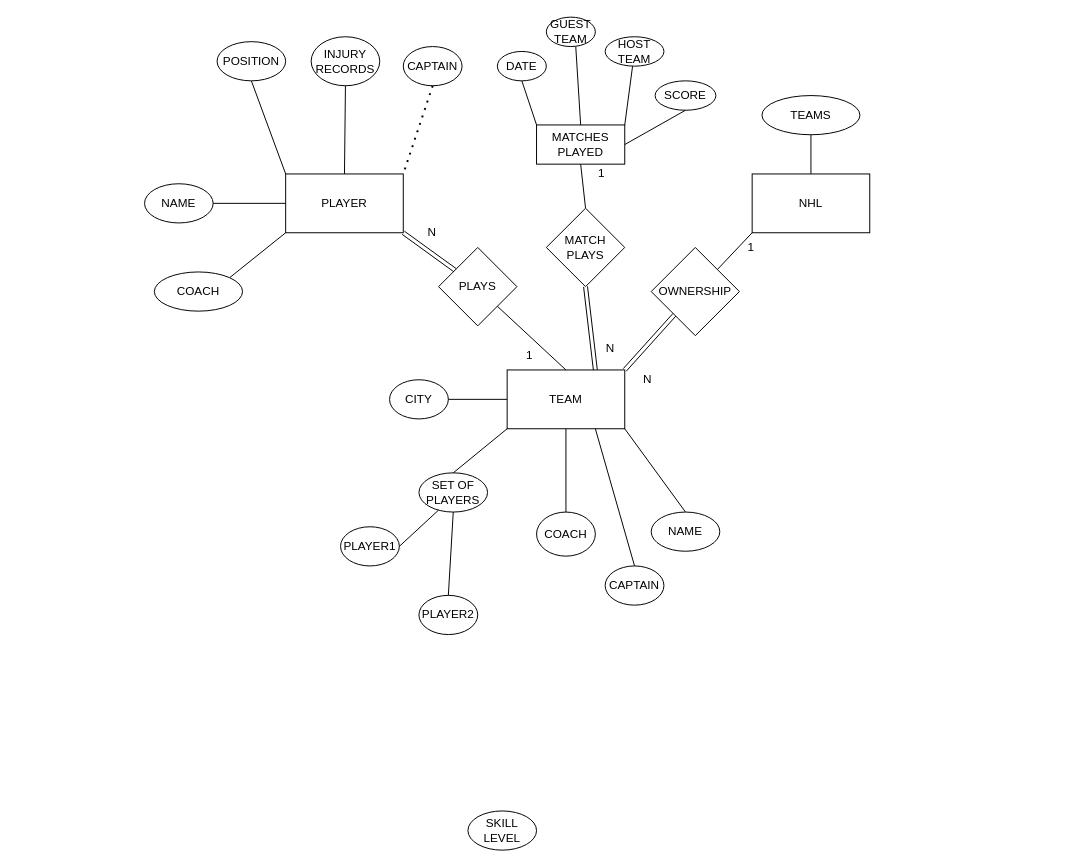
Before: Untitled Diagram.drawio in aybatu/webdev_lab, a draw.io diagram. Source tidied: cells renumbered, new cells numbered last; positions are measured from the earlier drawing's top-left corner, leaving out a move shared by most shapes. Both pictures are drawn from the tidied source at 98%, with x=0, y=0 at pixel (144, 17).
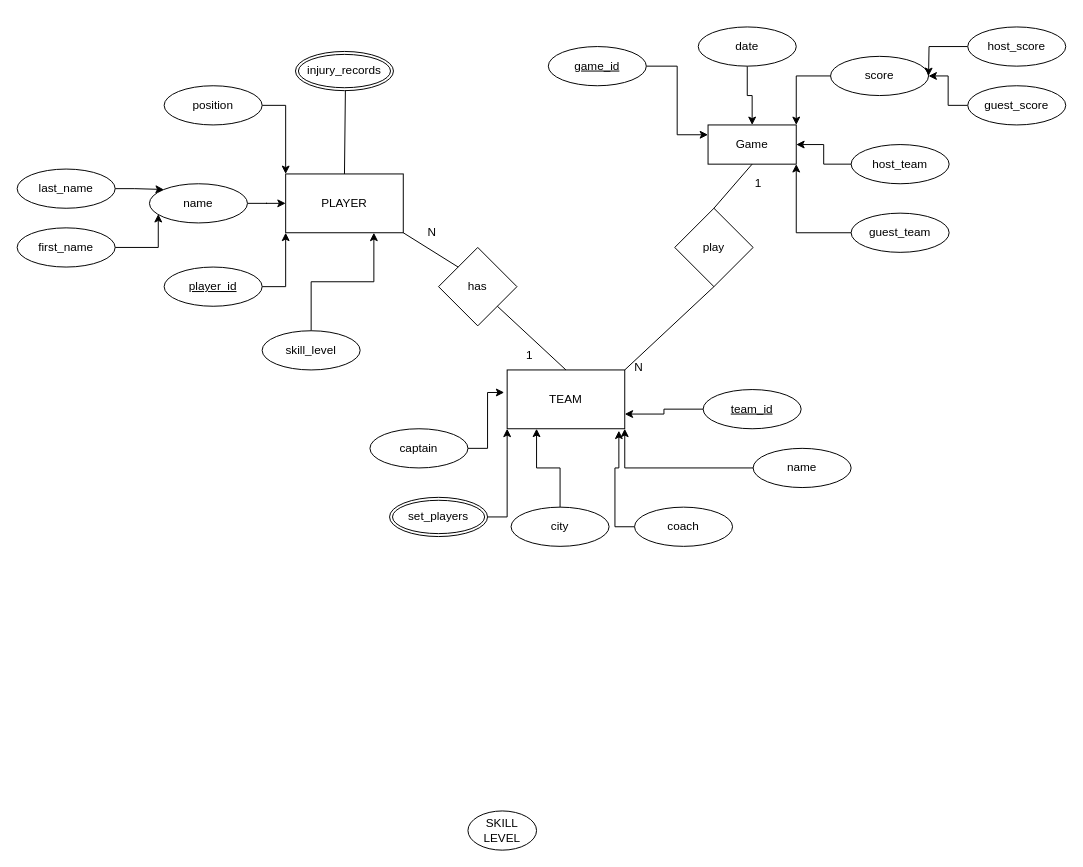
The same page after the edit.

The change refers to these unchanged cells:
```xml
<mxCell id="6" value="TEAM" style="rounded=0;whiteSpace=wrap;html=1;" parent="1" vertex="1">
  <mxGeometry x="370" y="360" width="120" height="60" as="geometry" />
</mxCell>
<mxCell id="11" value="PLAYER" style="rounded=0;whiteSpace=wrap;html=1;" parent="1" vertex="1">
  <mxGeometry x="144" y="160" width="120" height="60" as="geometry" />
</mxCell>
```

The edit, as a diff of the source:
```diff
@@
-    <mxCell id="2" value="&lt;span style=&quot;font-weight: normal;&quot;&gt;CAPTAIN&lt;/span&gt;" style="ellipse;whiteSpace=wrap;html=1;fontStyle=1;" parent="1" vertex="1">
-      <mxGeometry x="470" y="560" width="60" height="40" as="geometry" />
-    </mxCell>
-    <mxCell id="3" value="COACH" style="ellipse;whiteSpace=wrap;html=1;" parent="1" vertex="1">
-      <mxGeometry x="400" y="505" width="60" height="45" as="geometry" />
-    </mxCell>
-    <mxCell id="4" value="NAME" style="ellipse;whiteSpace=wrap;html=1;" parent="1" vertex="1">
-      <mxGeometry x="517" y="505" width="70" height="40" as="geometry" />
-    </mxCell>
-    <mxCell id="5" value="CITY" style="ellipse;whiteSpace=wrap;html=1;" parent="1" vertex="1">
-      <mxGeometry x="250" y="370" width="60" height="40" as="geometry" />
-    </mxCell>
@@
-    <mxCell id="7" style="endArrow=none;html=1;rounded=0;entryX=1;entryY=0.5;entryDx=0;entryDy=0;exitX=0;exitY=0.5;exitDx=0;exitDy=0;" parent="1" edge="1" source="6" target="5">
-      <mxGeometry relative="1" as="geometry" />
-    </mxCell>
-    <mxCell id="8" style="endArrow=none;html=1;rounded=0;entryX=0.5;entryY=1;entryDx=0;entryDy=0;" parent="1" edge="1" source="3" target="6">
-      <mxGeometry relative="1" as="geometry" />
-    </mxCell>
-    <mxCell id="9" style="endArrow=none;html=1;rounded=0;exitX=0.5;exitY=0;exitDx=0;exitDy=0;entryX=0.75;entryY=1;entryDx=0;entryDy=0;" parent="1" edge="1" source="2" target="6">
-      <mxGeometry relative="1" as="geometry" />
-    </mxCell>
-    <mxCell id="10" style="endArrow=none;html=1;rounded=0;entryX=0.5;entryY=0;entryDx=0;entryDy=0;exitX=1;exitY=1;exitDx=0;exitDy=0;" parent="1" edge="1" source="6" target="4">
-      <mxGeometry relative="1" as="geometry" />
-    </mxCell>
@@
-    <mxCell id="12" value="INJURY RECORDS" style="ellipse;whiteSpace=wrap;html=1;" parent="1" vertex="1">
-      <mxGeometry x="170" y="20" width="70" height="50" as="geometry" />
-    </mxCell>
@@
-    <mxCell id="14" value="POSITION" style="ellipse;whiteSpace=wrap;html=1;" parent="1" vertex="1">
-      <mxGeometry x="74" y="25" width="70" height="40" as="geometry" />
-    </mxCell>
-    <mxCell id="15" value="NAME" style="ellipse;whiteSpace=wrap;html=1;" parent="1" vertex="1">
-      <mxGeometry y="170" width="70" height="40" as="geometry" />
-    </mxCell>
-    <mxCell id="16" style="endArrow=none;html=1;rounded=0;exitX=0;exitY=1;exitDx=0;exitDy=0;entryX=1;entryY=0;entryDx=0;entryDy=0;" parent="1" edge="1" source="11" target="31">
-      <mxGeometry relative="1" as="geometry" />
-    </mxCell>
-    <mxCell id="17" style="endArrow=none;html=1;rounded=0;entryX=0;entryY=0;entryDx=0;entryDy=0;exitX=0.5;exitY=1;exitDx=0;exitDy=0;" parent="1" edge="1" source="14" target="11">
-      <mxGeometry relative="1" as="geometry" />
-    </mxCell>
-    <mxCell id="18" style="endArrow=none;html=1;rounded=0;exitX=0;exitY=0.5;exitDx=0;exitDy=0;entryX=1;entryY=0.5;entryDx=0;entryDy=0;" parent="1" edge="1" source="11" target="15">
-      <mxGeometry relative="1" as="geometry" />
-    </mxCell>
-    <mxCell id="19" value="CAPTAIN" style="ellipse;whiteSpace=wrap;html=1;" parent="1" vertex="1">
-      <mxGeometry x="264" y="30" width="60" height="40" as="geometry" />
-    </mxCell>
-    <mxCell id="20" style="endArrow=none;dashed=1;html=1;dashPattern=1 3;strokeWidth=2;rounded=0;exitX=0.5;exitY=1;exitDx=0;exitDy=0;entryX=1;entryY=0;entryDx=0;entryDy=0;" parent="1" edge="1" source="19" target="11">
-      <mxGeometry relative="1" as="geometry" />
-    </mxCell>
-    <mxCell id="21" value="SET OF PLAYERS" style="ellipse;whiteSpace=wrap;html=1;" parent="1" vertex="1">
-      <mxGeometry x="280" y="465" width="70" height="40" as="geometry" />
-    </mxCell>
-    <mxCell id="22" style="endArrow=none;html=1;rounded=0;exitX=0.5;exitY=0;exitDx=0;exitDy=0;entryX=0;entryY=1;entryDx=0;entryDy=0;" parent="1" edge="1" source="21" target="6">
-      <mxGeometry relative="1" as="geometry" />
-    </mxCell>
-    <mxCell id="23" value="PLAYER2" style="ellipse;whiteSpace=wrap;html=1;" parent="1" vertex="1">
-      <mxGeometry x="280" y="590" width="60" height="40" as="geometry" />
-    </mxCell>
-    <mxCell id="24" value="PLAYER1" style="ellipse;whiteSpace=wrap;html=1;" parent="1" vertex="1">
-      <mxGeometry x="200" y="520" width="60" height="40" as="geometry" />
-    </mxCell>
-    <mxCell id="25" style="endArrow=none;html=1;rounded=0;exitX=1;exitY=0.5;exitDx=0;exitDy=0;entryX=0.286;entryY=0.95;entryDx=0;entryDy=0;entryPerimeter=0;" parent="1" edge="1" source="24" target="21">
-      <mxGeometry relative="1" as="geometry" />
-    </mxCell>
-    <mxCell id="26" style="endArrow=none;html=1;rounded=0;entryX=0.5;entryY=1;entryDx=0;entryDy=0;exitX=0.5;exitY=0;exitDx=0;exitDy=0;" parent="1" edge="1" source="23" target="21">
-      <mxGeometry relative="1" as="geometry" />
-    </mxCell>
-    <mxCell id="27" value="NHL" style="rounded=0;whiteSpace=wrap;html=1;" parent="1" vertex="1">
-      <mxGeometry x="620" y="160" width="120" height="60" as="geometry" />
-    </mxCell>
-    <mxCell id="28" value="TEAMS" style="ellipse;whiteSpace=wrap;html=1;" parent="1" vertex="1">
-      <mxGeometry x="630" y="80" width="100" height="40" as="geometry" />
-    </mxCell>
-    <mxCell id="29" style="endArrow=none;html=1;rounded=0;entryX=0.5;entryY=1;entryDx=0;entryDy=0;exitX=0.5;exitY=0;exitDx=0;exitDy=0;" parent="1" edge="1" source="27" target="28">
-      <mxGeometry relative="1" as="geometry" />
-    </mxCell>
-    <mxCell id="30" style="endArrow=none;html=1;rounded=0;entryX=0.5;entryY=0;entryDx=0;entryDy=0;exitX=0.5;exitY=1;exitDx=0;exitDy=0;" parent="1" edge="1" source="12" target="11">
-      <mxGeometry relative="1" as="geometry" />
+    <mxCell id="30" style="endArrow=none;html=1;rounded=0;entryX=0.5;entryY=0;entryDx=0;entryDy=0;exitX=0.5;exitY=1;exitDx=0;exitDy=0;" parent="1" edge="1" target="11">
+      <mxGeometry relative="1" as="geometry">
+        <mxPoint x="205" y="70" as="sourcePoint" />
+      </mxGeometry>
     </mxCell>
-    <mxCell id="31" value="COACH" style="ellipse;whiteSpace=wrap;html=1;" parent="1" vertex="1">
-      <mxGeometry x="10" y="260" width="90" height="40" as="geometry" />
-    </mxCell>
-    <mxCell id="32" value="OWNERSHIP" style="rhombus;whiteSpace=wrap;html=1;" parent="1" vertex="1">
-      <mxGeometry x="517" y="235" width="90" height="90" as="geometry" />
-    </mxCell>
-    <mxCell id="33" style="endArrow=none;html=1;rounded=0;exitX=1;exitY=0;exitDx=0;exitDy=0;entryX=0;entryY=1;entryDx=0;entryDy=0;" parent="1" edge="1" source="32" target="27">
-      <mxGeometry relative="1" as="geometry" />
-    </mxCell>
-    <mxCell id="34" style="shape=link;html=1;rounded=0;exitX=1;exitY=0;exitDx=0;exitDy=0;" parent="1" edge="1" source="6" target="32">
-      <mxGeometry relative="1" as="geometry" />
-    </mxCell>
-    <mxCell id="35" value="1" style="text;html=1;strokeColor=none;fillColor=none;align=center;verticalAlign=middle;whiteSpace=wrap;rounded=0;" parent="1" vertex="1">
-      <mxGeometry x="600" y="220" width="38" height="30" as="geometry" />
-    </mxCell>
-    <mxCell id="36" value="N" style="text;html=1;strokeColor=none;fillColor=none;align=center;verticalAlign=middle;whiteSpace=wrap;rounded=0;" parent="1" vertex="1">
-      <mxGeometry x="497" y="360" width="33" height="20" as="geometry" />
-    </mxCell>
-    <mxCell id="37" value="PLAYS" style="rhombus;whiteSpace=wrap;html=1;" parent="1" vertex="1">
+    <mxCell id="37" value="has" style="rhombus;whiteSpace=wrap;html=1;" parent="1" vertex="1">
       <mxGeometry x="300" y="235" width="80" height="80" as="geometry" />
     </mxCell>
@@
-    <mxCell id="39" style="shape=link;html=1;rounded=0;exitX=1;exitY=1;exitDx=0;exitDy=0;" parent="1" edge="1" source="11" target="37">
-      <mxGeometry relative="1" as="geometry" />
-    </mxCell>
@@
-    <mxCell id="42" value="MATCHES PLAYED" style="rounded=0;whiteSpace=wrap;html=1;" parent="1" vertex="1">
-      <mxGeometry x="400" y="110" width="90" height="40" as="geometry" />
+    <mxCell id="42" value="Game" style="rounded=0;whiteSpace=wrap;html=1;" parent="1" vertex="1">
+      <mxGeometry x="575" y="110" width="90" height="40" as="geometry" />
     </mxCell>
-    <mxCell id="43" style="endArrow=none;html=1;rounded=0;entryX=0;entryY=0;entryDx=0;entryDy=0;exitX=0.5;exitY=1;exitDx=0;exitDy=0;" parent="1" edge="1" source="48" target="42">
-      <mxGeometry relative="1" as="geometry" />
-    </mxCell>
-    <mxCell id="44" style="endArrow=none;html=1;rounded=0;exitX=0.5;exitY=0;exitDx=0;exitDy=0;" parent="1" edge="1" source="42">
-      <mxGeometry relative="1" as="geometry">
-        <mxPoint x="440" y="30" as="targetPoint" />
-      </mxGeometry>
-    </mxCell>
-    <mxCell id="45" style="endArrow=none;html=1;rounded=0;exitX=1;exitY=0;exitDx=0;exitDy=0;" parent="1" edge="1" source="42" target="46">
-      <mxGeometry relative="1" as="geometry" />
-    </mxCell>
-    <mxCell id="46" value="HOST TEAM" style="ellipse;whiteSpace=wrap;html=1;" parent="1" vertex="1">
-      <mxGeometry x="470" y="20" width="60" height="30" as="geometry" />
-    </mxCell>
-    <mxCell id="47" value="GUEST TEAM" style="ellipse;whiteSpace=wrap;html=1;" parent="1" vertex="1">
-      <mxGeometry x="410" width="50" height="30" as="geometry" />
-    </mxCell>
-    <mxCell id="48" value="DATE" style="ellipse;whiteSpace=wrap;html=1;" parent="1" vertex="1">
-      <mxGeometry x="360" y="35" width="50" height="30" as="geometry" />
-    </mxCell>
-    <mxCell id="49" value="SCORE" style="ellipse;whiteSpace=wrap;html=1;" parent="1" vertex="1">
-      <mxGeometry x="521" y="65" width="62" height="30" as="geometry" />
-    </mxCell>
-    <mxCell id="50" style="endArrow=none;html=1;rounded=0;entryX=1;entryY=0.5;entryDx=0;entryDy=0;exitX=0.5;exitY=1;exitDx=0;exitDy=0;" parent="1" edge="1" source="49" target="42">
-      <mxGeometry relative="1" as="geometry" />
-    </mxCell>
-    <mxCell id="51" value="MATCH PLAYS" style="rhombus;whiteSpace=wrap;html=1;" parent="1" vertex="1">
-      <mxGeometry x="410" y="195" width="80" height="80" as="geometry" />
+    <mxCell id="51" value="play" style="rhombus;whiteSpace=wrap;html=1;" parent="1" vertex="1">
+      <mxGeometry x="541" y="195" width="80" height="80" as="geometry" />
     </mxCell>
@@
     <mxCell id="53" value="1" style="text;html=1;strokeColor=none;fillColor=none;align=center;verticalAlign=middle;whiteSpace=wrap;rounded=0;" parent="1" vertex="1">
-      <mxGeometry x="450" y="150" width="33" height="20" as="geometry" />
+      <mxGeometry x="610" y="160" width="33" height="20" as="geometry" />
     </mxCell>
-    <mxCell id="54" style="shape=link;html=1;rounded=0;exitX=0.5;exitY=1;exitDx=0;exitDy=0;entryX=0.75;entryY=0;entryDx=0;entryDy=0;" parent="1" edge="1" source="51" target="6">
-      <mxGeometry relative="1" as="geometry" />
-    </mxCell>
     <mxCell id="55" value="N" style="text;html=1;strokeColor=none;fillColor=none;align=center;verticalAlign=middle;whiteSpace=wrap;rounded=0;" parent="1" vertex="1">
-      <mxGeometry x="461" y="330" width="29" height="15" as="geometry" />
+      <mxGeometry x="490" y="350" width="29" height="15" as="geometry" />
     </mxCell>
+    <mxCell id="56" style="edgeStyle=orthogonalEdgeStyle;rounded=0;jettySize=auto;html=1;entryX=0;entryY=1;entryDx=0;entryDy=0;" parent="1" edge="1" source="57" target="6">
+      <mxGeometry relative="1" as="geometry" />
+    </mxCell>
+    <mxCell id="57" value="set_players" style="ellipse;shape=doubleEllipse;margin=3;whiteSpace=wrap;html=1;align=center;" parent="1" vertex="1">
+      <mxGeometry x="250" y="490" width="100" height="40" as="geometry" />
+    </mxCell>
+    <mxCell id="58" style="edgeStyle=orthogonalEdgeStyle;rounded=0;jettySize=auto;html=1;entryX=1;entryY=0.75;entryDx=0;entryDy=0;" parent="1" edge="1" source="59" target="6">
+      <mxGeometry relative="1" as="geometry" />
+    </mxCell>
+    <mxCell id="59" value="team_id" style="ellipse;whiteSpace=wrap;html=1;align=center;fontStyle=4;" parent="1" vertex="1">
+      <mxGeometry x="570" y="380" width="100" height="40" as="geometry" />
+    </mxCell>
+    <mxCell id="60" style="edgeStyle=orthogonalEdgeStyle;rounded=0;jettySize=auto;html=1;entryX=1;entryY=1;entryDx=0;entryDy=0;" parent="1" edge="1" source="61" target="6">
+      <mxGeometry relative="1" as="geometry" />
+    </mxCell>
+    <mxCell id="61" value="name" style="ellipse;whiteSpace=wrap;html=1;align=center;" parent="1" vertex="1">
+      <mxGeometry x="621" y="440" width="100" height="40" as="geometry" />
+    </mxCell>
+    <mxCell id="62" style="edgeStyle=orthogonalEdgeStyle;rounded=0;jettySize=auto;html=1;entryX=0.25;entryY=1;entryDx=0;entryDy=0;" parent="1" edge="1" source="63" target="6">
+      <mxGeometry relative="1" as="geometry" />
+    </mxCell>
+    <mxCell id="63" value="city" style="ellipse;whiteSpace=wrap;html=1;align=center;" parent="1" vertex="1">
+      <mxGeometry x="374" y="500" width="100" height="40" as="geometry" />
+    </mxCell>
+    <mxCell id="64" style="edgeStyle=orthogonalEdgeStyle;rounded=0;jettySize=auto;html=1;entryX=0.95;entryY=1.033;entryDx=0;entryDy=0;entryPerimeter=0;" parent="1" edge="1" source="65" target="6">
+      <mxGeometry relative="1" as="geometry" />
+    </mxCell>
+    <mxCell id="65" value="coach" style="ellipse;whiteSpace=wrap;html=1;align=center;" parent="1" vertex="1">
+      <mxGeometry x="500" y="500" width="100" height="40" as="geometry" />
+    </mxCell>
+    <mxCell id="66" style="edgeStyle=orthogonalEdgeStyle;rounded=0;jettySize=auto;html=1;entryX=-0.025;entryY=0.383;entryDx=0;entryDy=0;entryPerimeter=0;" parent="1" edge="1" source="67" target="6">
+      <mxGeometry relative="1" as="geometry" />
+    </mxCell>
+    <mxCell id="67" value="captain" style="ellipse;whiteSpace=wrap;html=1;align=center;" parent="1" vertex="1">
+      <mxGeometry x="230" y="420" width="100" height="40" as="geometry" />
+    </mxCell>
+    <mxCell id="68" value="injury_records" style="ellipse;shape=doubleEllipse;margin=3;whiteSpace=wrap;html=1;align=center;" parent="1" vertex="1">
+      <mxGeometry x="154" y="35" width="100" height="40" as="geometry" />
+    </mxCell>
+    <mxCell id="69" style="edgeStyle=orthogonalEdgeStyle;rounded=0;jettySize=auto;html=1;entryX=0;entryY=0;entryDx=0;entryDy=0;" parent="1" edge="1" source="70" target="11">
+      <mxGeometry relative="1" as="geometry" />
+    </mxCell>
+    <mxCell id="70" value="position" style="ellipse;whiteSpace=wrap;html=1;align=center;" parent="1" vertex="1">
+      <mxGeometry x="20" y="70" width="100" height="40" as="geometry" />
+    </mxCell>
+    <mxCell id="71" style="edgeStyle=orthogonalEdgeStyle;rounded=0;jettySize=auto;html=1;entryX=0;entryY=0.5;entryDx=0;entryDy=0;" parent="1" edge="1" source="72" target="11">
+      <mxGeometry relative="1" as="geometry" />
+    </mxCell>
+    <mxCell id="72" value="name" style="ellipse;whiteSpace=wrap;html=1;align=center;" parent="1" vertex="1">
+      <mxGeometry x="5" y="170" width="100" height="40" as="geometry" />
+    </mxCell>
+    <mxCell id="73" style="edgeStyle=orthogonalEdgeStyle;rounded=0;jettySize=auto;html=1;entryX=0;entryY=0;entryDx=0;entryDy=0;" parent="1" edge="1" source="74" target="72">
+      <mxGeometry relative="1" as="geometry" />
+    </mxCell>
+    <mxCell id="74" value="last_name" style="ellipse;whiteSpace=wrap;html=1;align=center;" parent="1" vertex="1">
+      <mxGeometry x="-130" y="155" width="100" height="40" as="geometry" />
+    </mxCell>
+    <mxCell id="75" style="edgeStyle=orthogonalEdgeStyle;rounded=0;jettySize=auto;html=1;entryX=0.09;entryY=0.775;entryDx=0;entryDy=0;entryPerimeter=0;" parent="1" edge="1" source="76" target="72">
+      <mxGeometry relative="1" as="geometry" />
+    </mxCell>
+    <mxCell id="76" value="first_name" style="ellipse;whiteSpace=wrap;html=1;align=center;" parent="1" vertex="1">
+      <mxGeometry x="-130" y="215" width="100" height="40" as="geometry" />
+    </mxCell>
+    <mxCell id="77" style="edgeStyle=orthogonalEdgeStyle;rounded=0;jettySize=auto;html=1;entryX=0;entryY=1;entryDx=0;entryDy=0;" parent="1" edge="1" source="78" target="11">
+      <mxGeometry relative="1" as="geometry" />
+    </mxCell>
+    <mxCell id="78" value="player_id" style="ellipse;whiteSpace=wrap;html=1;align=center;fontStyle=4;" parent="1" vertex="1">
+      <mxGeometry x="20" y="255" width="100" height="40" as="geometry" />
+    </mxCell>
+    <mxCell id="79" style="edgeStyle=orthogonalEdgeStyle;rounded=0;jettySize=auto;html=1;entryX=0.75;entryY=1;entryDx=0;entryDy=0;" parent="1" edge="1" source="80" target="11">
+      <mxGeometry relative="1" as="geometry" />
+    </mxCell>
+    <mxCell id="80" value="skill_level" style="ellipse;whiteSpace=wrap;html=1;align=center;" parent="1" vertex="1">
+      <mxGeometry x="120" y="320" width="100" height="40" as="geometry" />
+    </mxCell>
+    <mxCell id="39" style="endArrow=none;html=1;rounded=0;exitX=1;exitY=1;exitDx=0;exitDy=0;entryX=0;entryY=0;entryDx=0;entryDy=0;" parent="1" edge="1" source="11" target="37">
+      <mxGeometry relative="1" as="geometry" />
+    </mxCell>
+    <mxCell id="81" style="endArrow=none;html=1;rounded=0;entryX=0.5;entryY=1;entryDx=0;entryDy=0;exitX=1;exitY=0;exitDx=0;exitDy=0;" parent="1" edge="1" source="6" target="51">
+      <mxGeometry relative="1" as="geometry" />
+    </mxCell>
+    <mxCell id="82" style="edgeStyle=orthogonalEdgeStyle;rounded=0;jettySize=auto;html=1;" parent="1" edge="1" source="83" target="42">
+      <mxGeometry relative="1" as="geometry" />
+    </mxCell>
+    <mxCell id="83" value="date" style="ellipse;whiteSpace=wrap;html=1;align=center;" parent="1" vertex="1">
+      <mxGeometry x="565" y="10" width="100" height="40" as="geometry" />
+    </mxCell>
+    <mxCell id="84" style="edgeStyle=orthogonalEdgeStyle;rounded=0;jettySize=auto;html=1;entryX=1;entryY=1;entryDx=0;entryDy=0;" parent="1" edge="1" source="85" target="42">
+      <mxGeometry relative="1" as="geometry" />
+    </mxCell>
+    <mxCell id="85" value="guest_team" style="ellipse;whiteSpace=wrap;html=1;align=center;" parent="1" vertex="1">
+      <mxGeometry x="721" y="200" width="100" height="40" as="geometry" />
+    </mxCell>
+    <mxCell id="86" style="edgeStyle=orthogonalEdgeStyle;rounded=0;jettySize=auto;html=1;entryX=1;entryY=0.5;entryDx=0;entryDy=0;" parent="1" edge="1" source="87" target="42">
+      <mxGeometry relative="1" as="geometry" />
+    </mxCell>
+    <mxCell id="87" value="host_team" style="ellipse;whiteSpace=wrap;html=1;align=center;" parent="1" vertex="1">
+      <mxGeometry x="721" y="130" width="100" height="40" as="geometry" />
+    </mxCell>
+    <mxCell id="88" style="edgeStyle=orthogonalEdgeStyle;rounded=0;jettySize=auto;html=1;entryX=0;entryY=0.25;entryDx=0;entryDy=0;" parent="1" edge="1" source="89" target="42">
+      <mxGeometry relative="1" as="geometry" />
+    </mxCell>
+    <mxCell id="89" value="game_id" style="ellipse;whiteSpace=wrap;html=1;align=center;fontStyle=4;" parent="1" vertex="1">
+      <mxGeometry x="412" y="30" width="100" height="40" as="geometry" />
+    </mxCell>
+    <mxCell id="90" style="edgeStyle=orthogonalEdgeStyle;rounded=0;jettySize=auto;html=1;entryX=1;entryY=0;entryDx=0;entryDy=0;" parent="1" edge="1" source="91" target="42">
+      <mxGeometry relative="1" as="geometry" />
+    </mxCell>
+    <mxCell id="91" value="score" style="ellipse;whiteSpace=wrap;html=1;align=center;" parent="1" vertex="1">
+      <mxGeometry x="700" y="40" width="100" height="40" as="geometry" />
+    </mxCell>
+    <mxCell id="92" style="edgeStyle=orthogonalEdgeStyle;rounded=0;jettySize=auto;html=1;" parent="1" edge="1" source="93" target="91">
+      <mxGeometry relative="1" as="geometry" />
+    </mxCell>
+    <mxCell id="93" value="guest_score" style="ellipse;whiteSpace=wrap;html=1;align=center;" parent="1" vertex="1">
+      <mxGeometry x="840" y="70" width="100" height="40" as="geometry" />
+    </mxCell>
+    <mxCell id="94" style="edgeStyle=orthogonalEdgeStyle;rounded=0;jettySize=auto;html=1;" parent="1" edge="1" source="95">
+      <mxGeometry relative="1" as="geometry">
+        <mxPoint x="800" y="60" as="targetPoint" />
+      </mxGeometry>
+    </mxCell>
+    <mxCell id="95" value="host_score" style="ellipse;whiteSpace=wrap;html=1;align=center;" parent="1" vertex="1">
+      <mxGeometry x="840" y="10" width="100" height="40" as="geometry" />
+    </mxCell>
```
